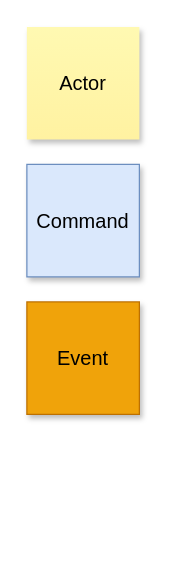
The draw.io diagram draw/hw_1/es.drawio in OkinawaNet/TT, before the edit. Source tidied: cells renumbered, new cells numbered last; positions are measured from the earlier drawing's top-left corner, leaving out a move shared by most shapes. Both pictures are drawn from the tidied source at 125%, with x=0, y=0 at pixel (26, 26).
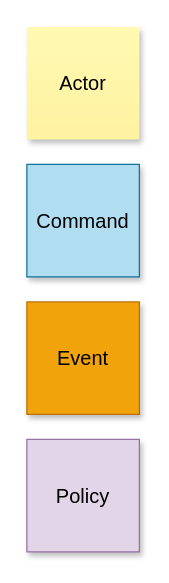
Above is the later version.

Change to the diagram source:
```diff
@@
 <mxGraphModel>
   <root>
     <mxCell id="0" />
     <mxCell id="1" parent="0" />
     <mxCell id="2" value="&lt;font style=&quot;font-size: 16px;&quot;&gt;Actor&lt;/font&gt;" style="shape=note;whiteSpace=wrap;html=1;backgroundOutline=1;fontColor=#000000;darkOpacity=0.05;fillColor=#FFF9B2;strokeColor=none;fillStyle=solid;direction=west;gradientDirection=north;gradientColor=#FFF2A1;shadow=1;size=0;" parent="1" vertex="1">
       <mxGeometry width="90" height="90" as="geometry" />
     </mxCell>
-    <mxCell id="3" value="&lt;font style=&quot;font-size: 16px;&quot;&gt;Command&lt;/font&gt;" style="shape=note;whiteSpace=wrap;html=1;backgroundOutline=1;darkOpacity=0.05;fillColor=#dae8fc;strokeColor=#6c8ebf;fillStyle=solid;direction=west;gradientDirection=north;shadow=1;size=0;" parent="1" vertex="1">
+    <mxCell id="3" value="&lt;font style=&quot;font-size: 16px;&quot;&gt;Command&lt;/font&gt;" style="shape=note;whiteSpace=wrap;html=1;backgroundOutline=1;darkOpacity=0.05;fillColor=#b1ddf0;strokeColor=#10739e;fillStyle=solid;direction=west;gradientDirection=north;shadow=1;size=0;" parent="1" vertex="1">
       <mxGeometry y="110" width="90" height="90" as="geometry" />
     </mxCell>
     <mxCell id="4" value="&lt;font style=&quot;font-size: 16px;&quot;&gt;Event&lt;/font&gt;" style="shape=note;whiteSpace=wrap;html=1;backgroundOutline=1;darkOpacity=0.05;fillColor=#f0a30a;strokeColor=#BD7000;fillStyle=solid;direction=west;gradientDirection=north;shadow=1;size=0;fontColor=#000000;" parent="1" vertex="1">
       <mxGeometry y="220" width="90" height="90" as="geometry" />
     </mxCell>
+    <mxCell id="5" value="&lt;font style=&quot;font-size: 16px;&quot;&gt;Policy&lt;/font&gt;" style="shape=note;whiteSpace=wrap;html=1;backgroundOutline=1;darkOpacity=0.05;fillColor=#e1d5e7;strokeColor=#9673a6;fillStyle=solid;direction=west;gradientDirection=north;shadow=1;size=0;" parent="1" vertex="1">
+      <mxGeometry y="330" width="90" height="90" as="geometry" />
+    </mxCell>
   </root>
 </mxGraphModel>
```
